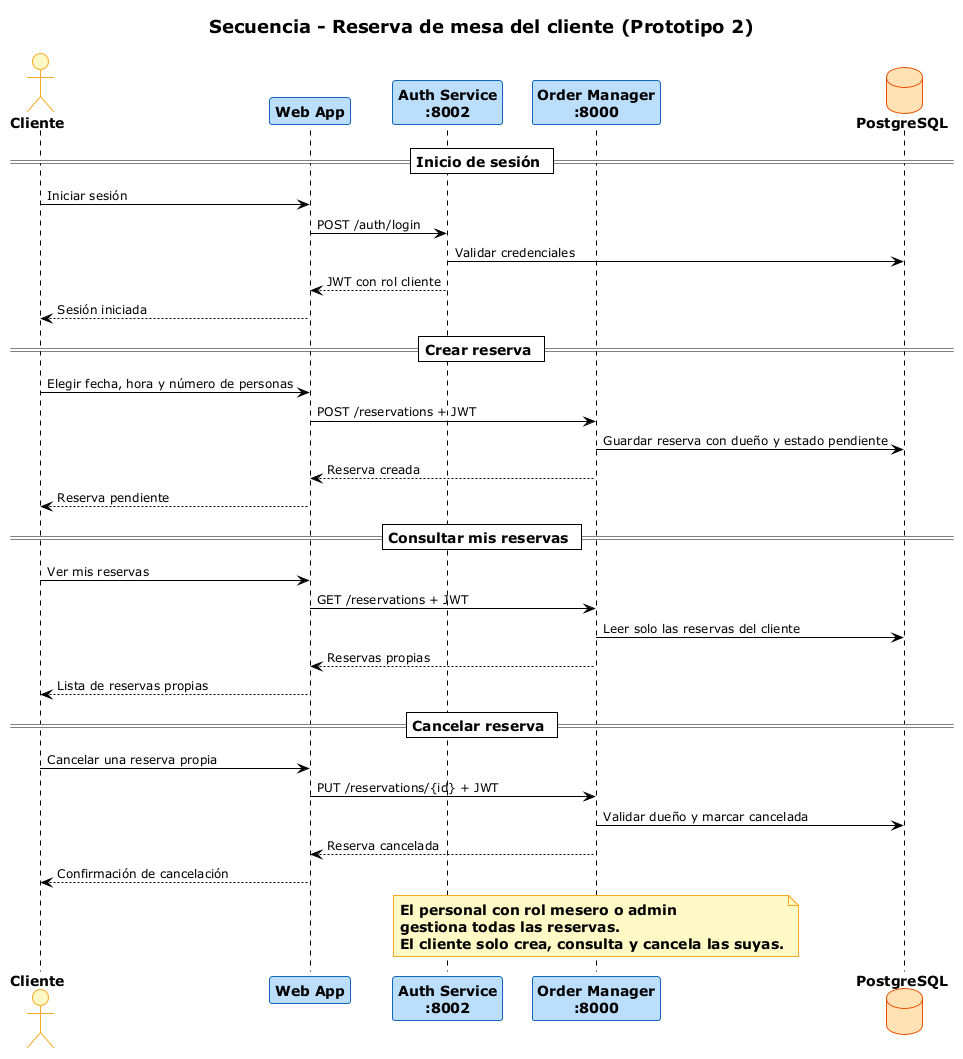
Before: g3-H-PanTech/docs/secuencia_cliente_reserva.png, a diagram exported from PlantUML (unal-sw-arch/swarch-2026ii).
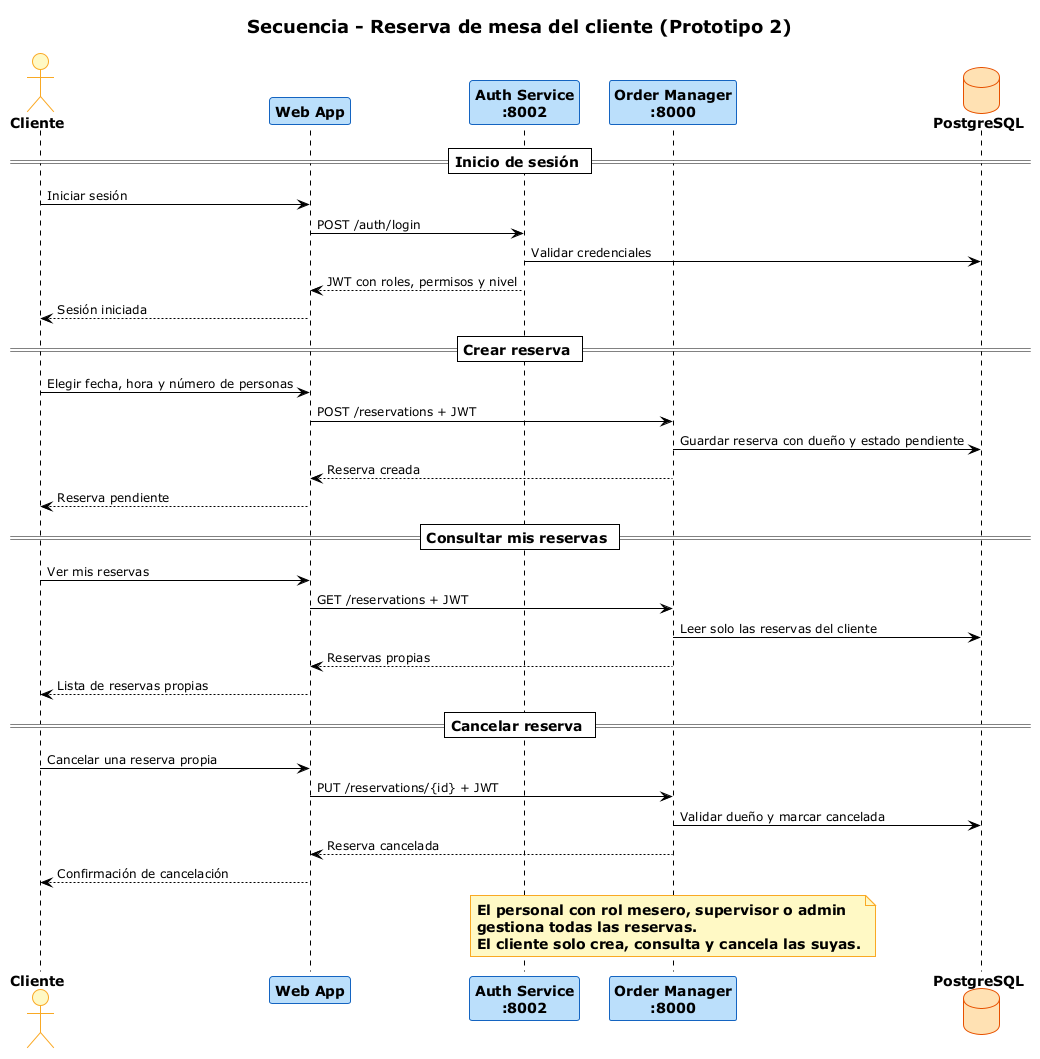
The same diagram one commit later.

Diff of the diagram source:
```diff
@@ -32,7 +32,7 @@
 Cliente -> Web : Iniciar sesión
 Web -> Auth : POST /auth/login
 Auth -> DB : Validar credenciales
-Auth --> Web : JWT con rol cliente
+Auth --> Web : JWT con roles, permisos y nivel
 Web --> Cliente : Sesión iniciada
 
 == Crear reserva ==
@@ -57,7 +57,7 @@
 Web --> Cliente : Confirmación de cancelación
 
 note over Order
-  El personal con rol mesero o admin
+  El personal con rol mesero, supervisor o admin
   gestiona todas las reservas.
   El cliente solo crea, consulta y cancela las suyas.
 end note
```
